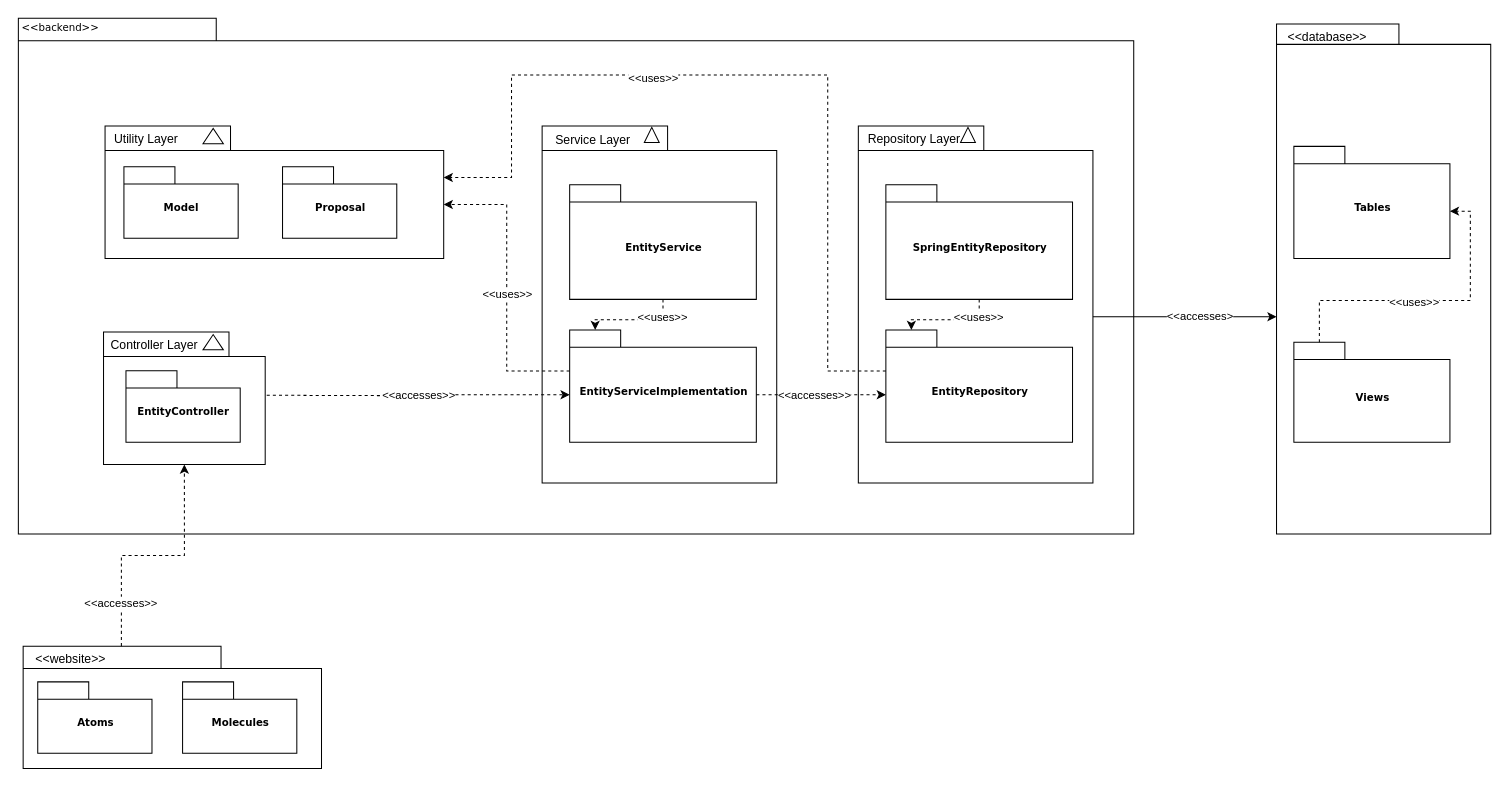
Above: docs/diagrams/sources/PackageDiagram.drawio in SE-TINF22B6/DHBWhub (draw.io), before the change. Source tidied: cells renumbered, new cells numbered last; positions are measured from the earlier drawing's top-left corner, leaving out a move shared by most shapes. Both pictures are drawn from the tidied source at 102%, with x=0, y=0 at pixel (17, 17).
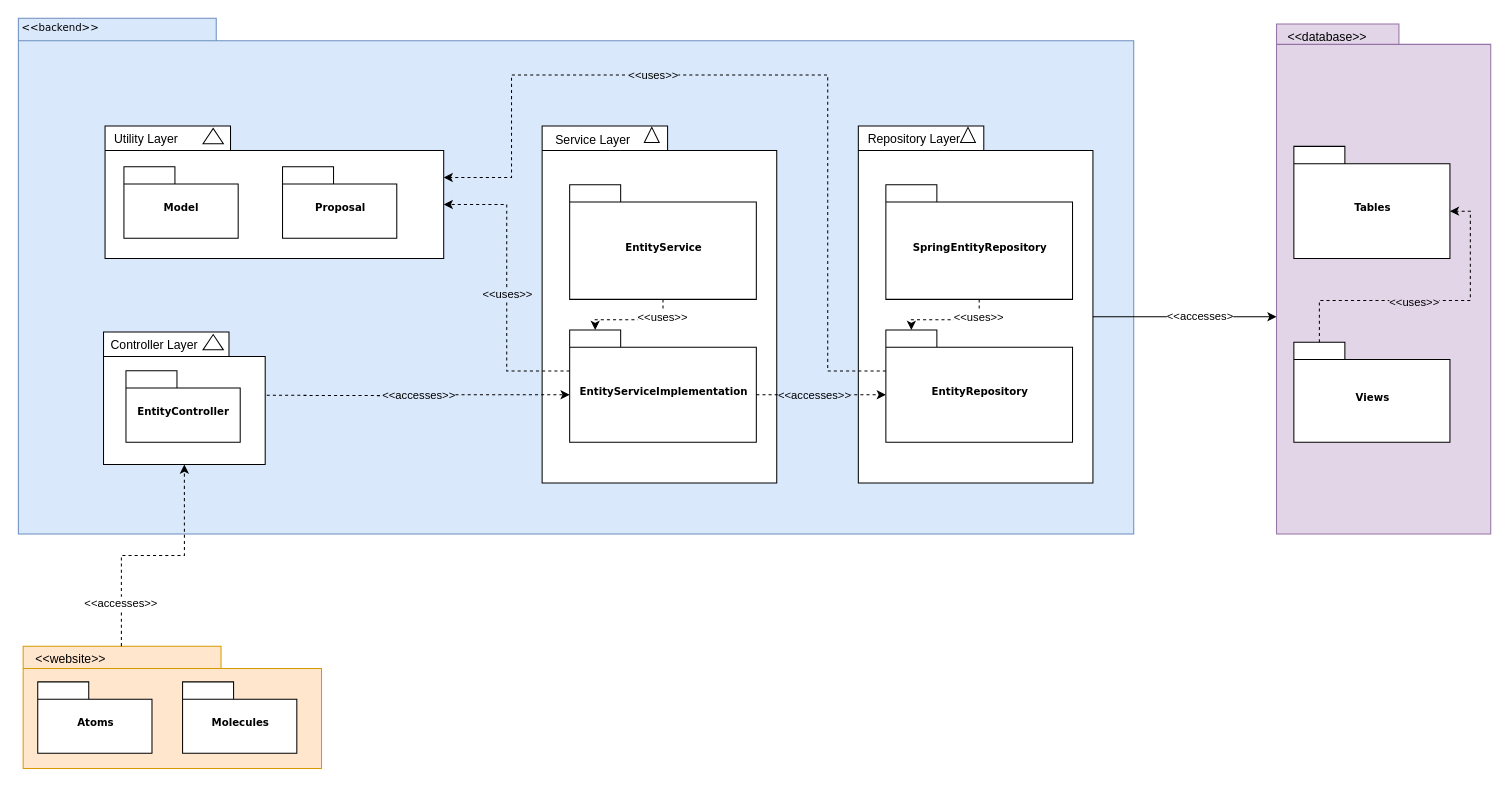
The same page after the edit.

Unchanged cells that the change refers to:
```xml
<mxCell id="25" style="edgeStyle=orthogonalEdgeStyle;rounded=0;jettySize=auto;html=1;entryX=0;entryY=0;entryDx=0;entryDy=63.5;entryPerimeter=0;dashed=1;" parent="1" edge="1" target="13">
  <mxGeometry relative="1" as="geometry">
    <mxPoint x="244" y="370" as="sourcePoint" />
  </mxGeometry>
</mxCell>
<mxCell id="27" style="edgeStyle=orthogonalEdgeStyle;rounded=0;jettySize=auto;html=1;exitX=0;exitY=0;exitDx=0;exitDy=40.25;exitPerimeter=0;entryX=0;entryY=0;entryDx=332;entryDy=77;entryPerimeter=0;dashed=1;" parent="1" edge="1" source="13" target="5">
  <mxGeometry relative="1" as="geometry" />
</mxCell>
<mxCell id="40" style="edgeStyle=orthogonalEdgeStyle;rounded=0;jettySize=auto;html=1;exitX=0;exitY=0;exitDx=183;exitDy=63.5;exitPerimeter=0;dashed=1;" parent="1" edge="1" source="13" target="36">
  <mxGeometry relative="1" as="geometry">
    <Array as="points">
      <mxPoint x="814" y="370" />
      <mxPoint x="814" y="370" />
    </Array>
  </mxGeometry>
</mxCell>
<mxCell id="42" style="edgeStyle=orthogonalEdgeStyle;rounded=0;jettySize=auto;html=1;exitX=0;exitY=0;exitDx=0;exitDy=40.25;exitPerimeter=0;entryX=0;entryY=0;entryDx=332;entryDy=50.5;entryPerimeter=0;dashed=1;" parent="1" edge="1" source="36" target="5">
  <mxGeometry relative="1" as="geometry">
    <Array as="points">
      <mxPoint x="794" y="346" />
      <mxPoint x="794" y="56" />
      <mxPoint x="484" y="56" />
      <mxPoint x="484" y="157" />
    </Array>
  </mxGeometry>
</mxCell>
<mxCell id="50" style="edgeStyle=orthogonalEdgeStyle;rounded=0;jettySize=auto;html=1;exitX=0;exitY=0;exitDx=25;exitDy=0;exitPerimeter=0;entryX=0;entryY=0;entryDx=152.99999999999997;entryDy=63.5;entryPerimeter=0;dashed=1;" parent="1" edge="1" source="49" target="47">
  <mxGeometry relative="1" as="geometry" />
</mxCell>
```

What changed in the source:
```diff
@@
-    <mxCell id="2" style="shape=folder;fontStyle=1;spacingTop=10;tabWidth=120;tabHeight=20;tabPosition=left;html=1;rounded=0;shadow=0;comic=0;labelBackgroundColor=none;strokeWidth=1;fillColor=none;fontFamily=Verdana;fontSize=10;align=center;" parent="1" vertex="1">
+    <mxCell id="2" style="shape=folder;fontStyle=1;spacingTop=10;tabWidth=120;tabHeight=20;tabPosition=left;html=1;rounded=0;shadow=0;comic=0;labelBackgroundColor=none;strokeWidth=1;fillColor=#E1D5E7;fontFamily=Verdana;fontSize=10;align=center;strokeColor=#9673a6;" parent="1" vertex="1">
       <mxGeometry x="1234" y="6" width="210" height="500" as="geometry" />
     </mxCell>
-    <mxCell id="3" style="shape=folder;fontStyle=1;spacingTop=10;tabWidth=194;tabHeight=22;tabPosition=left;html=1;rounded=0;shadow=0;comic=0;labelBackgroundColor=none;strokeWidth=1;fillColor=none;fontFamily=Verdana;fontSize=10;align=center;" parent="1" vertex="1">
+    <mxCell id="3" style="shape=folder;fontStyle=1;spacingTop=10;tabWidth=194;tabHeight=22;tabPosition=left;html=1;rounded=0;shadow=0;comic=0;labelBackgroundColor=none;strokeWidth=1;fillColor=#ffe6cc;fontFamily=Verdana;fontSize=10;align=center;strokeColor=#d79b00;" parent="1" vertex="1">
       <mxGeometry x="5.2" y="616" width="292.5" height="120" as="geometry" />
     </mxCell>
-    <mxCell id="4" style="shape=folder;fontStyle=1;spacingTop=10;tabWidth=194;tabHeight=22;tabPosition=left;html=1;rounded=0;shadow=0;comic=0;labelBackgroundColor=none;strokeWidth=1;fillColor=none;fontFamily=Verdana;fontSize=10;align=center;" parent="1" vertex="1">
+    <mxCell id="4" style="shape=folder;fontStyle=1;spacingTop=10;tabWidth=194;tabHeight=22;tabPosition=left;html=1;rounded=0;shadow=0;comic=0;labelBackgroundColor=none;strokeWidth=1;fillColor=#dae8fc;fontFamily=Verdana;fontSize=10;align=center;strokeColor=#6c8ebf;" parent="1" vertex="1">
       <mxGeometry x="0.5" y="0.5" width="1093.5" height="505.5" as="geometry" />
     </mxCell>
@@
-    <mxCell id="26" value="&amp;lt;&amp;lt;accesses&amp;gt;&amp;gt;" style="edgeLabel;html=1;align=center;verticalAlign=middle;" parent="25" vertex="1">
+    <mxCell id="26" value="&amp;lt;&amp;lt;accesses&amp;gt;&amp;gt;" style="edgeLabel;html=1;align=center;verticalAlign=middle;labelBackgroundColor=#DAE8FC;" parent="25" vertex="1">
       <mxGeometry relative="1" as="geometry">
         <mxPoint x="-1" y="-1" as="offset" />
       </mxGeometry>
     </mxCell>
@@
-    <mxCell id="28" value="&amp;lt;&amp;lt;uses&amp;gt;&amp;gt;" style="edgeLabel;html=1;align=center;verticalAlign=middle;" parent="27" vertex="1">
+    <mxCell id="28" value="&amp;lt;&amp;lt;uses&amp;gt;&amp;gt;" style="edgeLabel;html=1;align=center;verticalAlign=middle;labelBackgroundColor=#DAE8FC;" parent="27" vertex="1">
       <mxGeometry x="-0.04" relative="1" as="geometry" />
     </mxCell>
@@
-    <mxCell id="41" value="&amp;lt;&amp;lt;accesses&amp;gt;&amp;gt;" style="edgeLabel;html=1;align=center;verticalAlign=middle;" parent="40" vertex="1">
+    <mxCell id="41" value="&amp;lt;&amp;lt;accesses&amp;gt;&amp;gt;" style="edgeLabel;html=1;align=center;verticalAlign=middle;labelBackgroundColor=#DAE8FC;" parent="40" vertex="1">
       <mxGeometry x="-0.12" y="-2" relative="1" as="geometry">
         <mxPoint y="-2" as="offset" />
       </mxGeometry>
     </mxCell>
@@
-    <mxCell id="43" value="&amp;lt;&amp;lt;uses&amp;gt;&amp;gt;" style="edgeLabel;html=1;align=center;verticalAlign=middle;" parent="42" vertex="1">
+    <mxCell id="43" value="&amp;lt;&amp;lt;uses&amp;gt;&amp;gt;" style="edgeLabel;html=1;align=center;verticalAlign=middle;labelBackgroundColor=#DAE8FC;" parent="42" vertex="1">
       <mxGeometry x="0.26" y="4" relative="1" as="geometry">
-        <mxPoint y="-2" as="offset" />
+        <mxPoint y="-5" as="offset" />
       </mxGeometry>
     </mxCell>
@@
-    <mxCell id="51" value="&amp;lt;&amp;lt;uses&amp;gt;&amp;gt;" style="edgeLabel;html=1;align=center;verticalAlign=middle;" parent="50" vertex="1">
+    <mxCell id="51" value="&amp;lt;&amp;lt;uses&amp;gt;&amp;gt;" style="edgeLabel;html=1;align=center;verticalAlign=middle;labelBackgroundColor=#E1D5E7;" parent="50" vertex="1">
       <mxGeometry x="-0.1" y="-1" relative="1" as="geometry" />
     </mxCell>
```
